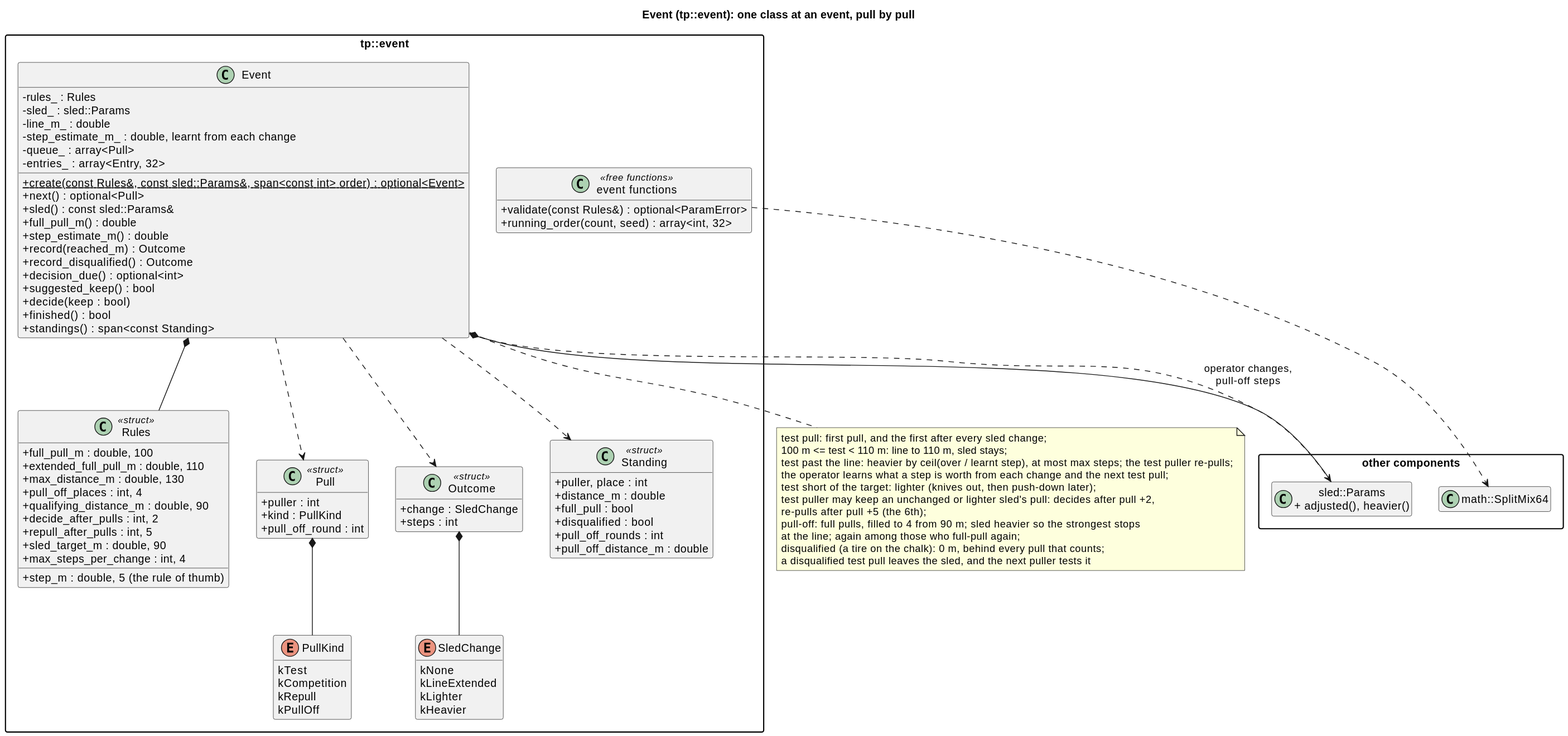
Above: docs/diagrams/svg/event_classes.svg in wversteeg/TractorPulling (PlantUML), before the change.
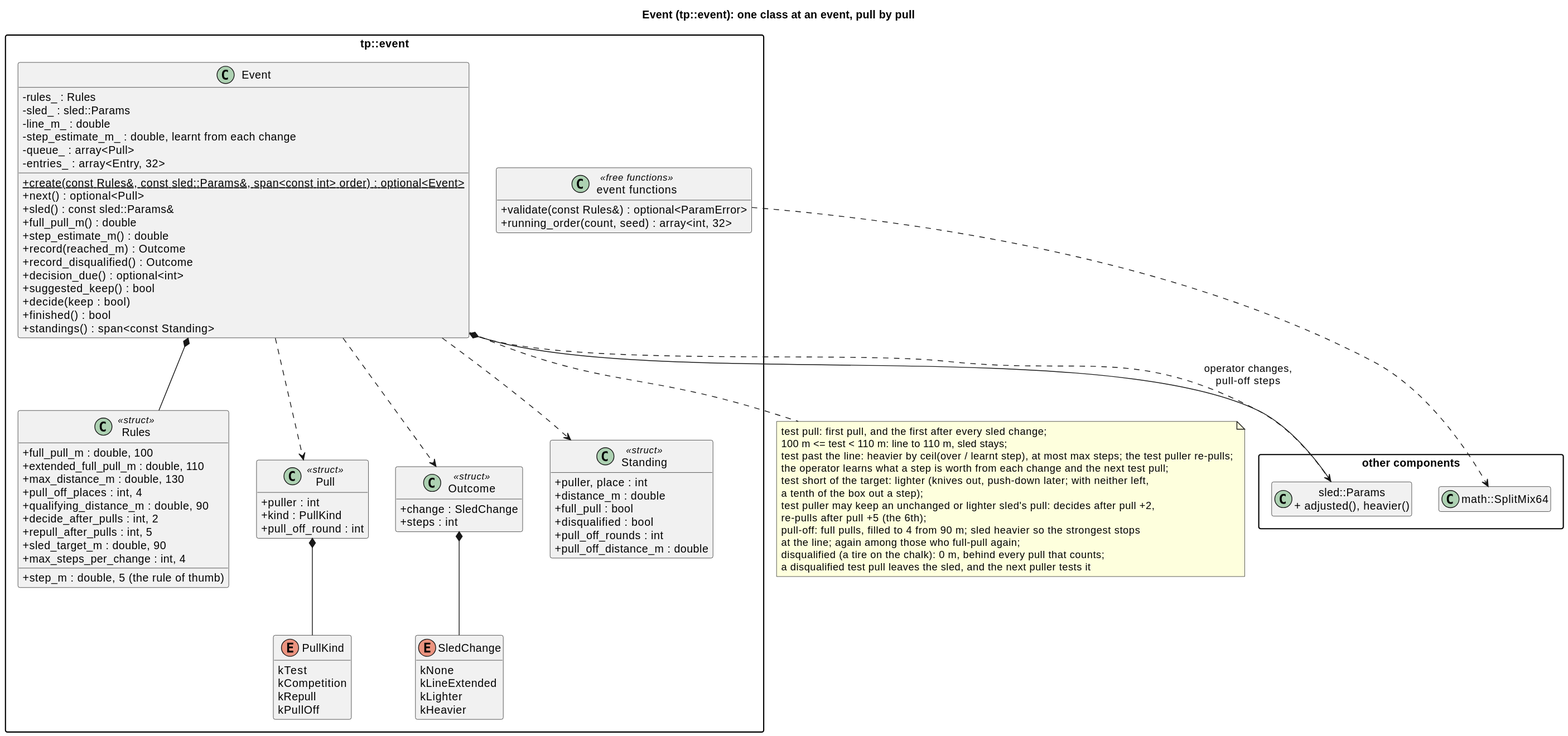
Later version of the same file.

Diff of the diagram source:
```diff
@@ -90,7 +90,8 @@
   100 m <= test < 110 m: line to 110 m, sled stays;
   test past the line: heavier by ceil(over / learnt step), at most max steps; the test puller re-pulls;
   the operator learns what a step is worth from each change and the next test pull;
-  test short of the target: lighter (knives out, then push-down later);
+  test short of the target: lighter (knives out, push-down later; with neither left,
+  a tenth of the box out a step);
   test puller may keep an unchanged or lighter sled's pull: decides after pull +2,
   re-pulls after pull +5 (the 6th);
   pull-off: full pulls, filled to 4 from 90 m; sled heavier so the strongest stops
```
